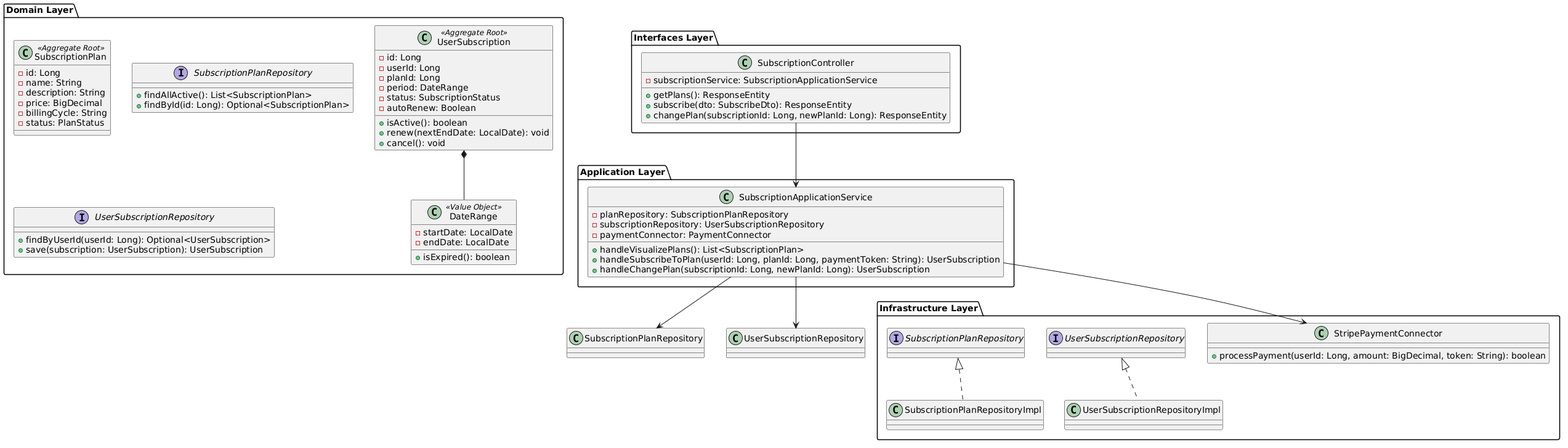
Earlier version of the PlantUML export assets/md-images-chapter4/class-diagram-subscription-bounded-context.png (upc-pre-202620-1asi0729-7750-cleancode/maquigest-report).
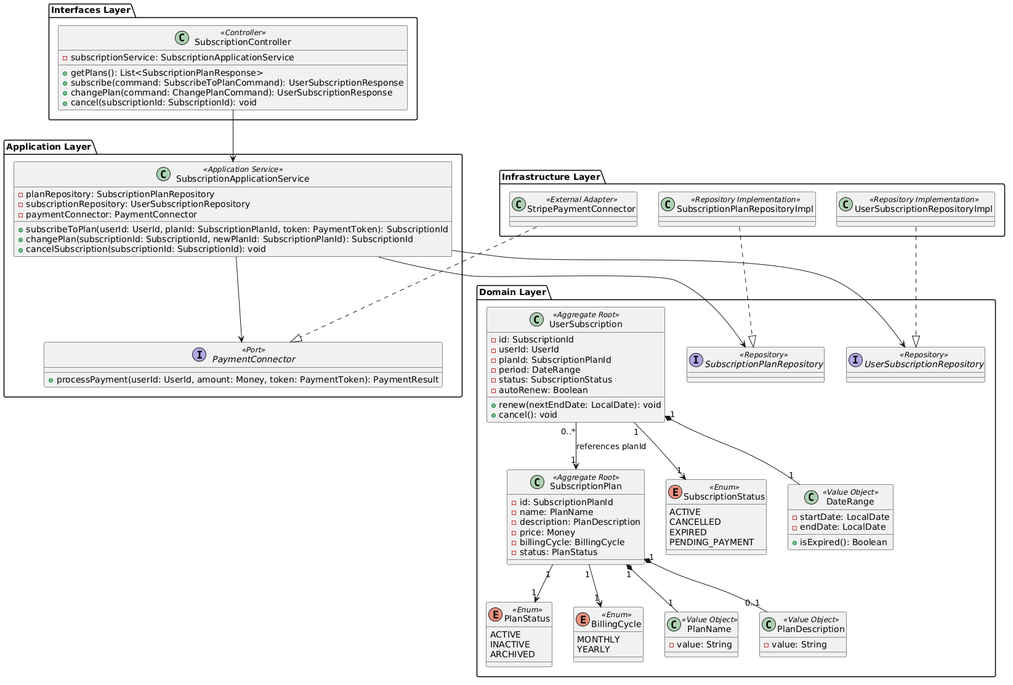
The same file after the commit.

Diff of the diagram source:
```diff
@@ -1,74 +1,104 @@
 @startuml
 package "Interfaces Layer" {
-    class SubscriptionController {
-        - subscriptionService: SubscriptionApplicationService
-        + getPlans(): ResponseEntity
-        + subscribe(dto: SubscribeDto): ResponseEntity
-        + changePlan(subscriptionId: Long, newPlanId: Long): ResponseEntity
-    }
+  class SubscriptionController <<Controller>> {
+    - subscriptionService: SubscriptionApplicationService
+    + getPlans(): List<SubscriptionPlanResponse>
+    + subscribe(command: SubscribeToPlanCommand): UserSubscriptionResponse
+    + changePlan(command: ChangePlanCommand): UserSubscriptionResponse
+    + cancel(subscriptionId: SubscriptionId): void
+  }
 }
 
 package "Application Layer" {
-    class SubscriptionApplicationService {
-        - planRepository: SubscriptionPlanRepository
-        - subscriptionRepository: UserSubscriptionRepository
-        - paymentConnector: PaymentConnector
-        + handleVisualizePlans(): List<SubscriptionPlan>
-        + handleSubscribeToPlan(userId: Long, planId: Long, paymentToken: String): UserSubscription
-        + handleChangePlan(subscriptionId: Long, newPlanId: Long): UserSubscription
-    }
+  class SubscriptionApplicationService <<Application Service>> {
+    - planRepository: SubscriptionPlanRepository
+    - subscriptionRepository: UserSubscriptionRepository
+    - paymentConnector: PaymentConnector
+    + subscribeToPlan(userId: UserId, planId: SubscriptionPlanId, token: PaymentToken): SubscriptionId
+    + changePlan(subscriptionId: SubscriptionId, newPlanId: SubscriptionPlanId): SubscriptionId
+    + cancelSubscription(subscriptionId: SubscriptionId): void
+  }
+
+  interface PaymentConnector <<Port>> {
+    + processPayment(userId: UserId, amount: Money, token: PaymentToken): PaymentResult
+  }
+}
+
+package "Infrastructure Layer" {
+  class SubscriptionPlanRepositoryImpl <<Repository Implementation>>
+  class UserSubscriptionRepositoryImpl <<Repository Implementation>>
+  class StripePaymentConnector <<External Adapter>>
 }
 
 package "Domain Layer" {
-    class SubscriptionPlan <<Aggregate Root>> {
-        - id: Long
-        - name: String
-        - description: String
-        - price: BigDecimal
-        - billingCycle: String
-        - status: PlanStatus
-    }
+  class SubscriptionPlan <<Aggregate Root>> {
+    - id: SubscriptionPlanId
+    - name: PlanName
+    - description: PlanDescription
+    - price: Money
+    - billingCycle: BillingCycle
+    - status: PlanStatus
+  }
 
-    class UserSubscription <<Aggregate Root>> {
-        - id: Long
-        - userId: Long
-        - planId: Long
-        - period: DateRange
-        - status: SubscriptionStatus
-        - autoRenew: Boolean
-        + isActive(): boolean
-        + renew(nextEndDate: LocalDate): void
-        + cancel(): void
-    }
+  class UserSubscription <<Aggregate Root>> {
+    - id: SubscriptionId
+    - userId: UserId
+    - planId: SubscriptionPlanId
+    - period: DateRange
+    - status: SubscriptionStatus
+    - autoRenew: Boolean
+    + renew(nextEndDate: LocalDate): void
+    + cancel(): void
+  }
 
-    class DateRange <<Value Object>> {
-        - startDate: LocalDate
-        - endDate: LocalDate
-        + isExpired(): boolean
-    }
+  enum PlanStatus <<Enum>> {
+    ACTIVE
+    INACTIVE
+    ARCHIVED
+  }
 
-    interface SubscriptionPlanRepository {
-        + findAllActive(): List<SubscriptionPlan>
-        + findById(id: Long): Optional<SubscriptionPlan>
-    }
+  enum BillingCycle <<Enum>> {
+    MONTHLY
+    YEARLY
+  }
 
-    interface UserSubscriptionRepository {
-        + findByUserId(userId: Long): Optional<UserSubscription>
-        + save(subscription: UserSubscription): UserSubscription
-    }
-}
+  enum SubscriptionStatus <<Enum>> {
+    ACTIVE
+    CANCELLED
+    EXPIRED
+    PENDING_PAYMENT
+  }
 
-package "Infrastructure Layer" {
-    class SubscriptionPlanRepositoryImpl implements SubscriptionPlanRepository
-    class UserSubscriptionRepositoryImpl implements UserSubscriptionRepository
-    class StripePaymentConnector {
-        + processPayment(userId: Long, amount: BigDecimal, token: String): boolean
-    }
+  class PlanName <<Value Object>> {
+    - value: String
+  }
+  class PlanDescription <<Value Object>> {
+    - value: String
+  }
+  class DateRange <<Value Object>> {
+    - startDate: LocalDate
+    - endDate: LocalDate
+    + isExpired(): Boolean
+  }
+
+  interface SubscriptionPlanRepository <<Repository>>
+  interface UserSubscriptionRepository <<Repository>>
 }
 
 SubscriptionController --> SubscriptionApplicationService
 SubscriptionApplicationService --> SubscriptionPlanRepository
 SubscriptionApplicationService --> UserSubscriptionRepository
-SubscriptionApplicationService --> StripePaymentConnector
-UserSubscription *-- DateRange
+SubscriptionApplicationService --> PaymentConnector
+
+SubscriptionPlanRepositoryImpl ..|> SubscriptionPlanRepository
+UserSubscriptionRepositoryImpl ..|> UserSubscriptionRepository
+StripePaymentConnector ..|> PaymentConnector
+
+SubscriptionPlan "1" --> "1" PlanStatus
+SubscriptionPlan "1" --> "1" BillingCycle
+SubscriptionPlan "1" *-- "1" PlanName
+SubscriptionPlan "1" *-- "0..1" PlanDescription
+UserSubscription "1" --> "1" SubscriptionStatus
+UserSubscription "1" *-- "1" DateRange
+UserSubscription "0..*" --> "1" SubscriptionPlan : references planId
 @enduml
```
